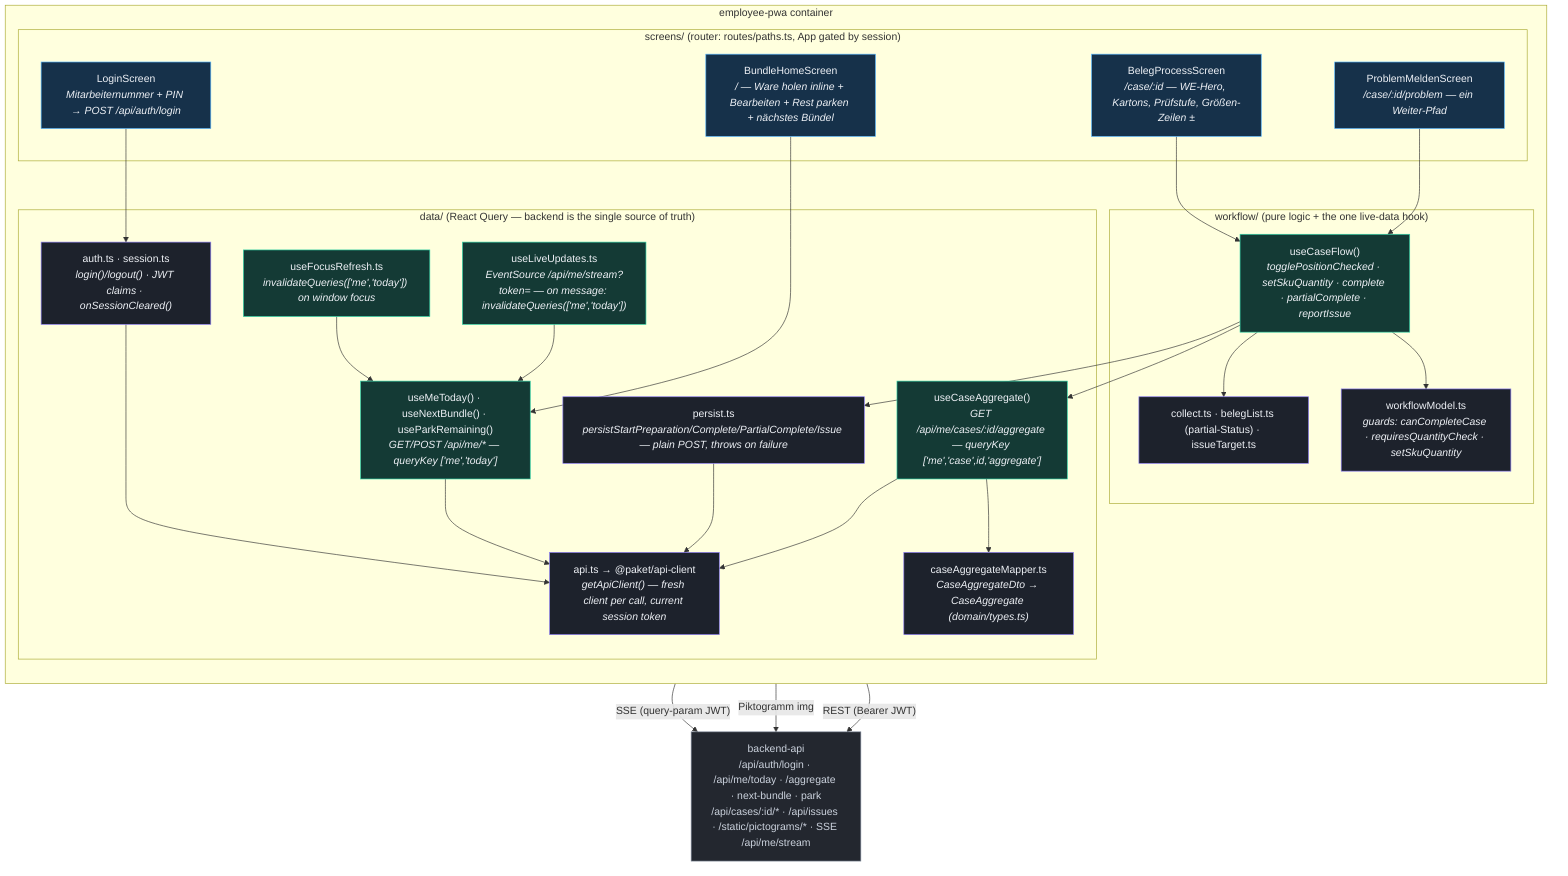
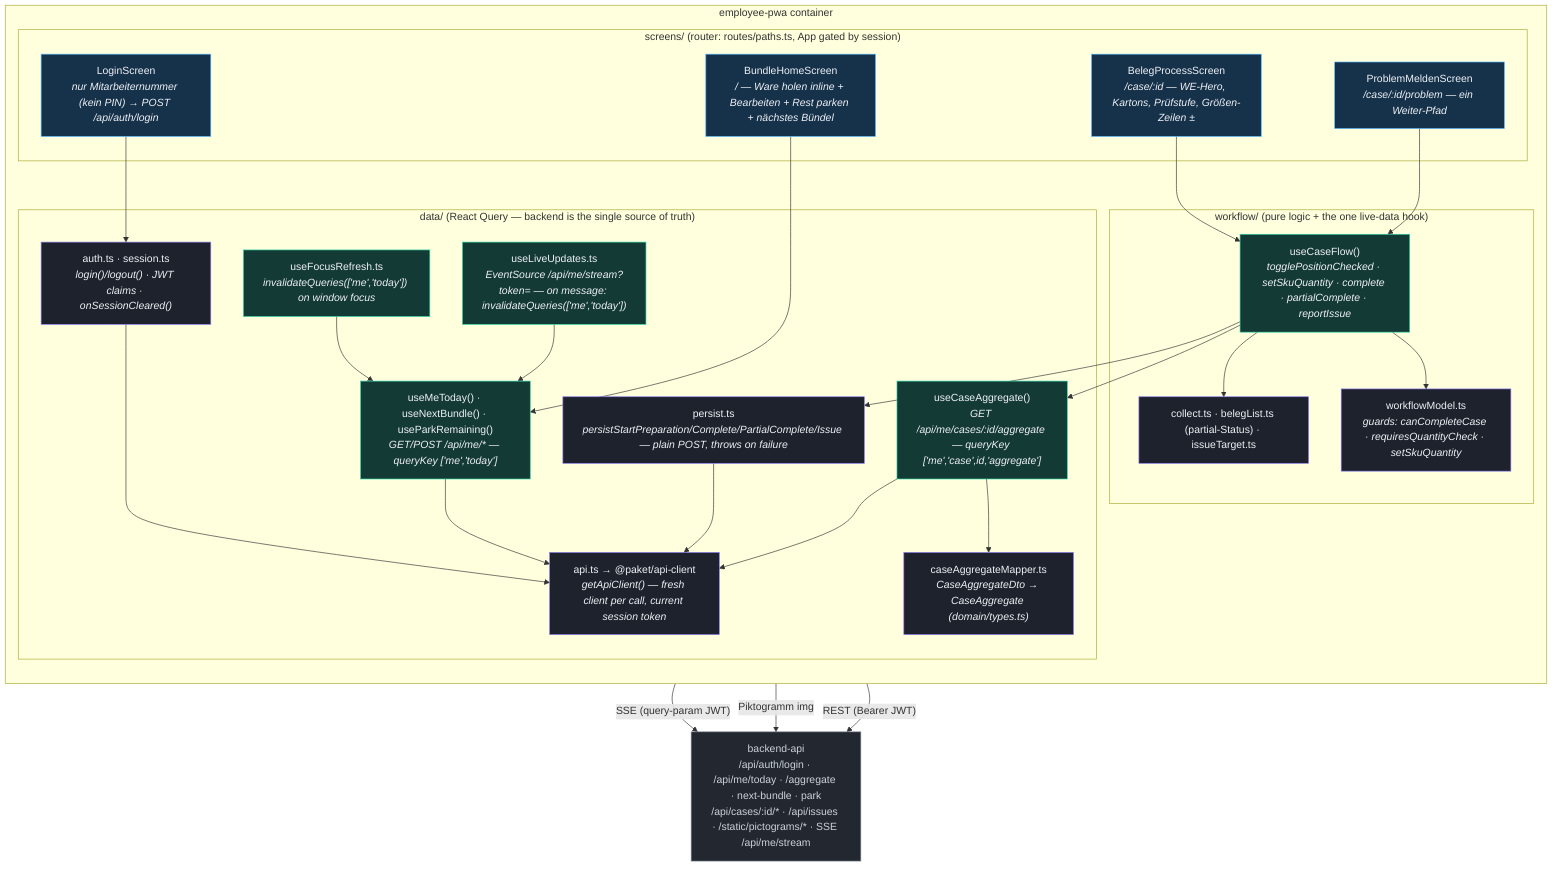
%% C4 Level 3 — Components: employee-pwa (React + Vite PWA)
%% Verified against apps/employee-pwa/src/* (screens/, workflow/, data/, routes/) — tasks 13-17.
%% Real employee login (data/auth.ts) gates the app; the backend is the single source of
%% truth via React Query plus an SSE live-update channel — the former Dexie-backed db/
%% (offline-first cache), events/ (local audit log) and seed/sync/repository modules are
%% gone (tasks 10-13). Task 15 added useLiveUpdates() (GET /api/me/stream, SSE).
flowchart TB
    classDef screen fill:#16314a,stroke:#56b6ff,color:#eef1f6;
    classDef hook fill:#143a35,stroke:#2dd4a7,color:#eef1f6;
    classDef logic fill:#1d222c,stroke:#8b7cf6,color:#eef1f6;
    classDef ext fill:#23272f,stroke:#7c8696,color:#cbd2dd;

    api["backend-api<br/>/api/auth/login · /api/me/today · /aggregate · next-bundle · park<br/>/api/cases/:id/* · /api/issues · /static/pictograms/* · SSE /api/me/stream"]:::ext

    subgraph pwa["employee-pwa container"]
        direction TB
        subgraph screens["screens/ (router: routes/paths.ts, App gated by session)"]
-             login["LoginScreen<br/><i>Mitarbeiternummer + PIN → POST /api/auth/login</i>"]:::screen
+             login["LoginScreen<br/><i>nur Mitarbeiternummer (kein PIN) → POST /api/auth/login</i>"]:::screen
            home["BundleHomeScreen<br/><i>/ — Ware holen inline + Bearbeiten + Rest parken + nächstes Bündel</i>"]:::screen
            process["BelegProcessScreen<br/><i>/case/:id — WE-Hero, Kartons, Prüfstufe, Größen-Zeilen ±</i>"]:::screen
            problem["ProblemMeldenScreen<br/><i>/case/:id/problem — ein Weiter-Pfad</i>"]:::screen
        end
        subgraph wf["workflow/ (pure logic + the one live-data hook)"]
            useCaseFlow["useCaseFlow()<br/><i>togglePositionChecked · setSkuQuantity · complete · partialComplete · reportIssue</i>"]:::hook
            model["workflowModel.ts<br/><i>guards: canCompleteCase · requiresQuantityCheck · setSkuQuantity</i>"]:::logic
            collectLogic["collect.ts · belegList.ts (partial-Status) · issueTarget.ts"]:::logic
        end
        subgraph data["data/ (React Query — backend is the single source of truth)"]
            apiClient["api.ts → @paket/api-client<br/><i>getApiClient() — fresh client per call, current session token</i>"]:::logic
            auth["auth.ts · session.ts<br/><i>login()/logout() · JWT claims · onSessionCleared()</i>"]:::logic
            meToday["useMeToday() · useNextBundle() · useParkRemaining()<br/><i>GET/POST /api/me/* — queryKey ['me','today']</i>"]:::hook
            caseAgg["useCaseAggregate()<br/><i>GET /api/me/cases/:id/aggregate — queryKey ['me','case',id,'aggregate']</i>"]:::hook
            mapper["caseAggregateMapper.ts<br/><i>CaseAggregateDto → CaseAggregate (domain/types.ts)</i>"]:::logic
            persist["persist.ts<br/><i>persistStartPreparation/Complete/PartialComplete/Issue — plain POST, throws on failure</i>"]:::logic
            focus["useFocusRefresh.ts<br/><i>invalidateQueries(['me','today']) on window focus</i>"]:::hook
            live["useLiveUpdates.ts<br/><i>EventSource /api/me/stream?token= — on message: invalidateQueries(['me','today'])</i>"]:::hook
        end
    end

    login --> auth
    auth --> apiClient
    home --> meToday
    process --> useCaseFlow
    problem --> useCaseFlow
    useCaseFlow --> model
    useCaseFlow --> collectLogic
    useCaseFlow --> caseAgg
    useCaseFlow --> persist
    caseAgg --> mapper
    caseAgg --> apiClient
    meToday --> apiClient
    persist --> apiClient
    focus --> meToday
    live --> meToday
    live -->|"SSE (query-param JWT)"| api
    process -->|"Piktogramm img"| api
    apiClient -->|"REST (Bearer JWT)"| api
